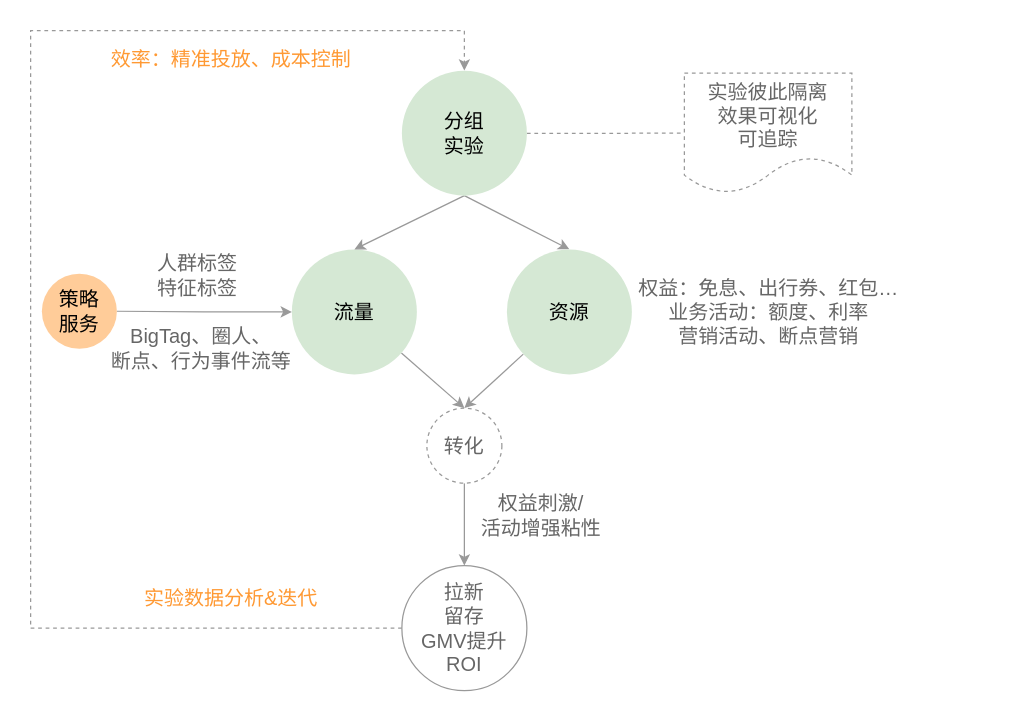
Before: page "流量决策中心" (7 of 7) of new.drawio in githubzhouwen/hello-world, a draw.io diagram. Source tidied: cells renumbered, new cells numbered last; positions are measured from the earlier drawing's top-left corner, leaving out a move shared by most shapes. Both pictures are drawn from the tidied source at 125%, with x=0, y=0 at pixel (30, 30).
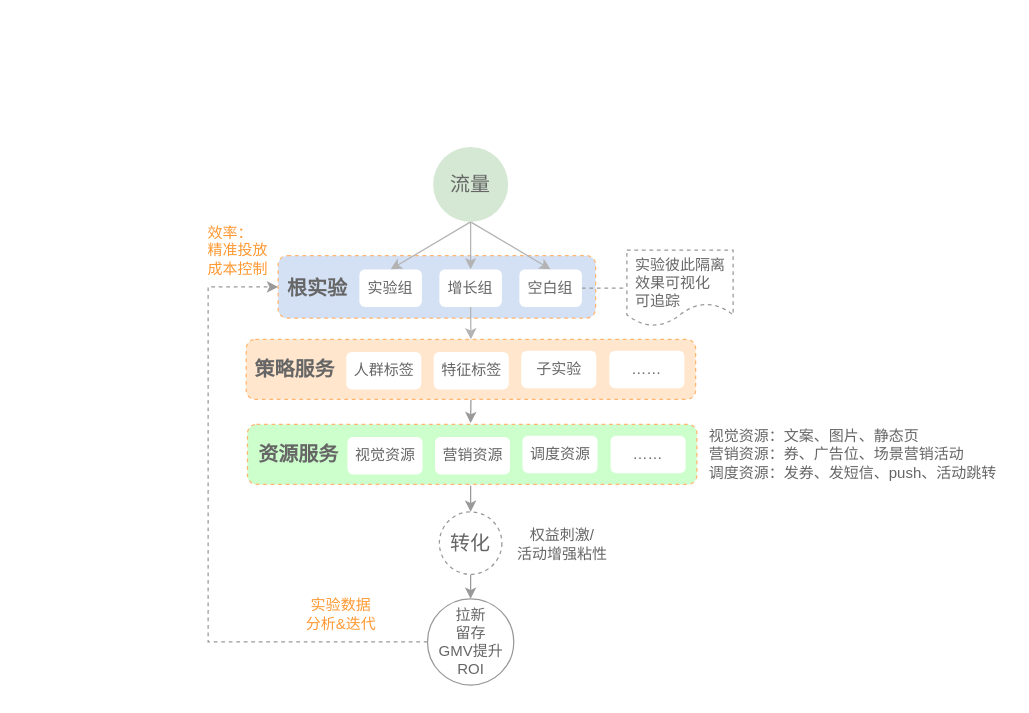
The same page after the edit.

Unchanged cells that the change refers to:
```xml
<mxCell id="4" style="edgeStyle=none;rounded=0;jettySize=auto;html=1;labelBackgroundColor=none;fontSize=16;entryX=0.5;entryY=0;entryDx=0;entryDy=0;strokeColor=#999999;fontColor=#666666;" parent="1" edge="1" source="6" target="12">
  <mxGeometry relative="1" as="geometry" />
</mxCell>
```

The edit, as a diff of the source:
```diff
@@
+    <mxCell id="23" style="whiteSpace=wrap;html=1;rounded=1;dashed=1;strokeColor=#FFB570;align=left;fontColor=#666666;fillColor=#D4E1F5;" parent="1" vertex="1">
+      <mxGeometry x="198" y="180" width="254" height="50" as="geometry" />
+    </mxCell>
-    <mxCell id="2" style="edgeStyle=none;rounded=0;jettySize=auto;html=1;labelBackgroundColor=none;fontSize=16;strokeColor=#999999;entryX=0.5;entryY=0;entryDx=0;entryDy=0;fontColor=#666666;" parent="1" edge="1" source="3" target="6">
+    <mxCell id="2" style="rounded=0;jettySize=auto;html=1;labelBackgroundColor=none;fontSize=16;strokeColor=#B3B3B3;entryX=0.5;entryY=0;entryDx=0;entryDy=0;fontColor=#CCCCCC;exitX=0.5;exitY=1;exitDx=0;exitDy=0;" parent="1" edge="1" source="3" target="27">
       <mxGeometry relative="1" as="geometry" />
     </mxCell>
+    <mxCell id="24" style="edgeStyle=orthogonalEdgeStyle;rounded=0;jettySize=auto;html=1;strokeColor=#B3B3B3;entryX=0.5;entryY=0;entryDx=0;entryDy=0;fontColor=#CCCCCC;" parent="1" edge="1" source="3" target="28">
+      <mxGeometry relative="1" as="geometry" />
+    </mxCell>
+    <mxCell id="25" style="rounded=0;jettySize=auto;html=1;entryX=0.5;entryY=0;entryDx=0;entryDy=0;exitX=0.5;exitY=1;exitDx=0;exitDy=0;strokeColor=#B3B3B3;fontColor=#CCCCCC;" parent="1" edge="1" source="3" target="29">
+      <mxGeometry relative="1" as="geometry" />
+    </mxCell>
-    <mxCell id="3" value="流量" style="ellipse;whiteSpace=wrap;html=1;fontSize=16;fillColor=#d5e8d4;strokeColor=none;" parent="1" vertex="1">
-      <mxGeometry x="209" y="175" width="100" height="100" as="geometry" />
+    <mxCell id="3" value="流量" style="ellipse;whiteSpace=wrap;html=1;fontSize=16;fillColor=#d5e8d4;strokeColor=none;fontColor=#666666;" parent="1" vertex="1">
+      <mxGeometry x="322" y="93" width="60" height="60" as="geometry" />
     </mxCell>
@@
-    <mxCell id="5" value="权益刺激/&lt;br&gt;活动增强粘性" style="edgeLabel;html=1;align=center;verticalAlign=middle;fontSize=16;labelBackgroundColor=none;fontColor=#666666;" parent="4" vertex="1">
+    <mxCell id="5" value="权益刺激/&lt;br style=&quot;font-size: 12px;&quot;&gt;活动增强粘性" style="edgeLabel;html=1;align=center;verticalAlign=middle;fontSize=12;labelBackgroundColor=none;fontColor=#666666;" parent="4" vertex="1">
       <mxGeometry x="-0.17" y="3" relative="1" as="geometry">
-        <mxPoint x="57" y="-2" as="offset" />
+        <mxPoint x="69" y="-33" as="offset" />
       </mxGeometry>
     </mxCell>
     <mxCell id="6" value="转化" style="ellipse;whiteSpace=wrap;html=1;fontSize=16;strokeColor=#999999;dashed=1;fontColor=#666666;" parent="1" vertex="1">
-      <mxGeometry x="317" y="302" width="60" height="60" as="geometry" />
+      <mxGeometry x="327" y="385" width="50" height="50" as="geometry" />
     </mxCell>
-    <mxCell id="7" style="edgeStyle=none;rounded=0;jettySize=auto;html=1;labelBackgroundColor=none;fontSize=16;strokeColor=#999999;endArrow=none;endFill=0;dashed=1;fontColor=#666666;" parent="1" edge="1" source="10" target="13">
+    <mxCell id="7" style="edgeStyle=none;rounded=0;jettySize=auto;html=1;labelBackgroundColor=none;fontSize=16;strokeColor=#999999;endArrow=none;endFill=0;dashed=1;fontColor=#666666;exitX=1;exitY=0.5;exitDx=0;exitDy=0;" parent="1" edge="1" source="29" target="13">
       <mxGeometry relative="1" as="geometry" />
     </mxCell>
-    <mxCell id="8" style="rounded=0;jettySize=auto;html=1;labelBackgroundColor=none;fontSize=16;strokeColor=#999999;exitX=0.5;exitY=1;exitDx=0;exitDy=0;entryX=0.5;entryY=0;entryDx=0;entryDy=0;fontColor=#666666;" parent="1" edge="1" source="10" target="16">
-      <mxGeometry relative="1" as="geometry" />
-    </mxCell>
-    <mxCell id="9" style="rounded=0;jettySize=auto;html=1;labelBackgroundColor=none;fontSize=16;strokeColor=#999999;exitX=0.5;exitY=1;exitDx=0;exitDy=0;entryX=0.5;entryY=0;entryDx=0;entryDy=0;fontColor=#666666;" parent="1" edge="1" source="10" target="3">
-      <mxGeometry relative="1" as="geometry" />
-    </mxCell>
-    <mxCell id="10" value="分组&lt;br&gt;实验" style="ellipse;whiteSpace=wrap;html=1;fontSize=16;fillColor=#d5e8d4;strokeColor=none;" parent="1" vertex="1">
-      <mxGeometry x="297" y="32" width="100" height="100" as="geometry" />
-    </mxCell>
-    <mxCell id="11" style="edgeStyle=orthogonalEdgeStyle;rounded=0;jettySize=auto;html=1;labelBackgroundColor=none;fontSize=16;entryX=0.5;entryY=0;entryDx=0;entryDy=0;exitX=0;exitY=0.5;exitDx=0;exitDy=0;strokeColor=#999999;fontColor=#666666;dashed=1;" parent="1" edge="1" source="12" target="10">
+    <mxCell id="11" style="edgeStyle=orthogonalEdgeStyle;rounded=0;jettySize=auto;html=1;labelBackgroundColor=none;fontSize=16;exitX=0;exitY=0.5;exitDx=0;exitDy=0;strokeColor=#999999;fontColor=#666666;dashed=1;entryX=0;entryY=0.5;entryDx=0;entryDy=0;" parent="1" edge="1" source="12" target="23">
       <mxGeometry relative="1" as="geometry">
         <Array as="points">
-          <mxPoint y="478" />
-          <mxPoint />
-          <mxPoint x="347" />
+          <mxPoint x="142" y="489" />
+          <mxPoint x="142" y="205" />
         </Array>
       </mxGeometry>
     </mxCell>
-    <mxCell id="12" value="拉新&lt;br&gt;留存&lt;br&gt;GMV提升&lt;br&gt;ROI" style="ellipse;whiteSpace=wrap;html=1;fontSize=16;strokeColor=#999999;fontColor=#666666;" parent="1" vertex="1">
-      <mxGeometry x="297" y="428" width="100" height="100" as="geometry" />
+    <mxCell id="12" value="拉新&lt;br style=&quot;font-size: 12px;&quot;&gt;留存&lt;br style=&quot;font-size: 12px;&quot;&gt;GMV提升&lt;br style=&quot;font-size: 12px;&quot;&gt;ROI" style="ellipse;whiteSpace=wrap;html=1;fontSize=12;strokeColor=#999999;fontColor=#666666;" parent="1" vertex="1">
+      <mxGeometry x="317.5" y="454.5" width="69" height="69" as="geometry" />
     </mxCell>
-    <mxCell id="13" value="实验彼此隔离&lt;br&gt;效果可视化&lt;br&gt;可追踪" style="shape=document;whiteSpace=wrap;html=1;boundedLbl=1;fontSize=16;strokeColor=#999999;dashed=1;fontColor=#666666;" parent="1" vertex="1">
-      <mxGeometry x="523" y="34" width="134" height="96" as="geometry" />
+    <mxCell id="13" value="实验彼此隔离&lt;br style=&quot;font-size: 12px;&quot;&gt;效果可视化&lt;br style=&quot;font-size: 12px;&quot;&gt;可追踪" style="shape=document;whiteSpace=wrap;html=1;boundedLbl=1;fontSize=12;strokeColor=#999999;dashed=1;fontColor=#666666;align=left;spacingTop=10;spacingLeft=5;fillColor=none;" parent="1" vertex="1">
+      <mxGeometry x="477" y="175.5" width="85" height="61" as="geometry" />
     </mxCell>
-    <mxCell id="14" value="效率：精准投放、成本控制" style="text;html=1;align=center;verticalAlign=middle;strokeColor=none;fontSize=16;fontColor=#FF9933;" parent="1" vertex="1">
-      <mxGeometry x="58.5" y="11" width="202" height="23" as="geometry" />
+    <mxCell id="14" value="效率：&lt;br style=&quot;font-size: 12px;&quot;&gt;精准投放&lt;br style=&quot;font-size: 12px;&quot;&gt;成本控制" style="text;html=1;align=left;verticalAlign=middle;strokeColor=none;fontSize=12;fontColor=#FF9933;" parent="1" vertex="1">
+      <mxGeometry x="140" y="153" width="58" height="46" as="geometry" />
     </mxCell>
-    <mxCell id="15" style="edgeStyle=none;rounded=0;jettySize=auto;html=1;labelBackgroundColor=none;fontSize=16;strokeColor=#999999;entryX=0.5;entryY=0;entryDx=0;entryDy=0;fontColor=#666666;" parent="1" edge="1" source="16" target="6">
-      <mxGeometry relative="1" as="geometry" />
+    <mxCell id="15" style="edgeStyle=none;rounded=0;jettySize=auto;html=1;labelBackgroundColor=none;fontSize=16;strokeColor=#999999;entryX=0.5;entryY=0;entryDx=0;entryDy=0;fontColor=#666666;" parent="1" edge="1" target="6">
+      <mxGeometry relative="1" as="geometry">
+        <mxPoint x="352" y="364" as="sourcePoint" />
+      </mxGeometry>
     </mxCell>
-    <mxCell id="16" value="资源" style="ellipse;whiteSpace=wrap;html=1;fontSize=16;fillColor=#d5e8d4;strokeColor=none;" parent="1" vertex="1">
-      <mxGeometry x="381" y="175" width="100" height="100" as="geometry" />
-    </mxCell>
-    <mxCell id="17" value="权益：免息、出行券、红包…&lt;br&gt;业务活动：额度、利率&lt;br&gt;营销活动、断点营销" style="text;html=1;align=center;verticalAlign=middle;strokeColor=none;fontSize=16;fontColor=#666666;" parent="1" vertex="1">
-      <mxGeometry x="481" y="194.5" width="218" height="61" as="geometry" />
-    </mxCell>
-    <mxCell id="18" value="人群标签&lt;br&gt;特征标签" style="text;html=1;align=center;verticalAlign=middle;strokeColor=none;fontSize=16;fontColor=#666666;" parent="1" vertex="1">
-      <mxGeometry x="96" y="175" width="74" height="42" as="geometry" />
-    </mxCell>
-    <mxCell id="19" value="实验&lt;font&gt;数据&lt;/font&gt;分析&amp;amp;迭代" style="text;html=1;align=center;verticalAlign=middle;strokeColor=none;fontSize=16;fontColor=#FF9933;" parent="1" vertex="1">
-      <mxGeometry x="85" y="442" width="149" height="23" as="geometry" />
+    <mxCell id="19" value="实验&lt;font style=&quot;font-size: 12px;&quot;&gt;数据&lt;br style=&quot;font-size: 12px;&quot;&gt;&lt;/font&gt;分析&amp;amp;迭代" style="text;html=1;align=center;verticalAlign=middle;strokeColor=none;fontSize=12;fontColor=#FF9933;" parent="1" vertex="1">
+      <mxGeometry x="215" y="450.5" width="66" height="32" as="geometry" />
     </mxCell>
-    <mxCell id="20" style="edgeStyle=orthogonalEdgeStyle;rounded=0;jettySize=auto;html=1;labelBackgroundColor=none;fontSize=16;fontColor=#FF9933;endArrow=none;endFill=0;strokeColor=#999999;startArrow=classic;startFill=1;exitX=0;exitY=0.5;exitDx=0;exitDy=0;entryX=1;entryY=0.5;entryDx=0;entryDy=0;" parent="1" edge="1" source="3" target="21">
-      <mxGeometry relative="1" as="geometry" />
+    <mxCell id="20" style="edgeStyle=orthogonalEdgeStyle;rounded=0;jettySize=auto;html=1;labelBackgroundColor=none;fontSize=16;fontColor=#FF9933;endArrow=none;endFill=0;strokeColor=#999999;startArrow=classic;startFill=1;entryX=0.5;entryY=1;entryDx=0;entryDy=0;" parent="1" edge="1" target="33">
+      <mxGeometry relative="1" as="geometry">
+        <mxPoint x="352" y="314" as="sourcePoint" />
+      </mxGeometry>
     </mxCell>
-    <mxCell id="21" value="策略&lt;br&gt;服务" style="ellipse;whiteSpace=wrap;html=1;fontSize=16;dashed=1;fillColor=#ffcc99;strokeColor=none;" parent="1" vertex="1">
-      <mxGeometry x="9" y="194.5" width="60" height="60" as="geometry" />
-    </mxCell>
-    <mxCell id="22" value="&lt;span style=&quot;text-align: left&quot;&gt;BigTag、圈人、&lt;br&gt;断点、行为事件流等&lt;/span&gt;" style="text;html=1;align=center;verticalAlign=middle;strokeColor=none;fontSize=16;fontColor=#666666;" parent="1" vertex="1">
-      <mxGeometry x="58.5" y="233" width="154" height="42" as="geometry" />
-    </mxCell>
+    <mxCell id="26" style="edgeStyle=orthogonalEdgeStyle;curved=1;rounded=0;jettySize=auto;html=1;strokeColor=#B3B3B3;exitX=0.5;exitY=1;exitDx=0;exitDy=0;endArrow=classic;endFill=1;entryX=0.5;entryY=0;entryDx=0;entryDy=0;" parent="1" edge="1" source="28" target="33">
+      <mxGeometry relative="1" as="geometry" />
+    </mxCell>
+    <mxCell id="27" value="实验组" style="whiteSpace=wrap;html=1;rounded=1;dashed=1;strokeColor=none;align=center;fontColor=#666666;" parent="1" vertex="1">
+      <mxGeometry x="263" y="191" width="50" height="30" as="geometry" />
+    </mxCell>
+    <mxCell id="28" value="增长组" style="whiteSpace=wrap;html=1;rounded=1;dashed=1;strokeColor=none;align=center;fontColor=#666666;" parent="1" vertex="1">
+      <mxGeometry x="327" y="191" width="50" height="30" as="geometry" />
+    </mxCell>
+    <mxCell id="29" value="空白组" style="whiteSpace=wrap;html=1;rounded=1;dashed=1;strokeColor=none;align=center;fontColor=#666666;" parent="1" vertex="1">
+      <mxGeometry x="391" y="191" width="50" height="30" as="geometry" />
+    </mxCell>
+    <mxCell id="30" value="根实验" style="text;html=1;align=center;verticalAlign=middle;strokeColor=none;fillColor=none;fontSize=16;fontColor=#666666;fontStyle=1;" parent="1" vertex="1">
+      <mxGeometry x="200" y="194.5" width="58" height="23" as="geometry" />
+    </mxCell>
+    <mxCell id="31" style="group;" parent="1" vertex="1">
+      <mxGeometry x="172.5" y="247" width="359.5" height="48" as="geometry" />
+    </mxCell>
+    <mxCell id="32" style="group;fillColor=default;" parent="31" vertex="1">
+      <mxGeometry width="355" height="48" as="geometry" />
+    </mxCell>
+    <mxCell id="33" style="whiteSpace=wrap;html=1;rounded=1;dashed=1;strokeColor=#FFB570;align=left;fontColor=#666666;fillColor=#FFE6CC;" parent="31" vertex="1">
+      <mxGeometry width="359.5" height="48" as="geometry" />
+    </mxCell>
+    <mxCell id="34" value="人群标签" style="whiteSpace=wrap;html=1;rounded=1;dashed=1;strokeColor=none;align=center;fontColor=#666666;" parent="31" vertex="1">
+      <mxGeometry x="80" y="10" width="60" height="30" as="geometry" />
+    </mxCell>
+    <mxCell id="35" value="策略服务" style="text;html=1;align=center;verticalAlign=middle;strokeColor=none;fillColor=none;fontSize=16;fontColor=#666666;fontStyle=1;" parent="31" vertex="1">
+      <mxGeometry x="1" y="12.5" width="74" height="23" as="geometry" />
+    </mxCell>
+    <mxCell id="36" value="特征标签" style="whiteSpace=wrap;html=1;rounded=1;dashed=1;strokeColor=none;align=center;fontColor=#666666;" parent="31" vertex="1">
+      <mxGeometry x="150" y="10" width="60" height="30" as="geometry" />
+    </mxCell>
+    <mxCell id="37" value="子实验" style="whiteSpace=wrap;html=1;rounded=1;dashed=1;strokeColor=none;align=center;fontColor=#666666;" parent="31" vertex="1">
+      <mxGeometry x="220" y="9" width="60" height="30" as="geometry" />
+    </mxCell>
+    <mxCell id="38" value="……" style="whiteSpace=wrap;html=1;rounded=1;dashed=1;strokeColor=none;align=center;fontColor=#666666;" parent="31" vertex="1">
+      <mxGeometry x="290.5" y="9" width="60" height="30" as="geometry" />
+    </mxCell>
+    <mxCell id="39" style="group;fillColor=default;" parent="1" vertex="1">
+      <mxGeometry x="173.5" y="315" width="355" height="48" as="geometry" />
+    </mxCell>
+    <mxCell id="40" style="whiteSpace=wrap;html=1;rounded=1;dashed=1;strokeColor=#FFB570;align=left;fontColor=#666666;fillColor=#CCFFCC;" parent="1" vertex="1">
+      <mxGeometry x="173.5" y="315" width="359.5" height="48" as="geometry" />
+    </mxCell>
+    <mxCell id="41" value="视觉资源" style="whiteSpace=wrap;html=1;rounded=1;dashed=1;strokeColor=none;align=center;fontColor=#666666;" parent="1" vertex="1">
+      <mxGeometry x="253.5" y="325" width="60" height="30" as="geometry" />
+    </mxCell>
+    <mxCell id="42" value="资源服务" style="text;html=1;align=center;verticalAlign=middle;strokeColor=none;fillColor=none;fontSize=16;fontColor=#666666;fontStyle=1;" parent="1" vertex="1">
+      <mxGeometry x="176.5" y="327.5" width="74" height="23" as="geometry" />
+    </mxCell>
+    <mxCell id="43" value="营销资源" style="whiteSpace=wrap;html=1;rounded=1;dashed=1;strokeColor=none;align=center;fontColor=#666666;" parent="1" vertex="1">
+      <mxGeometry x="323.5" y="325" width="60" height="30" as="geometry" />
+    </mxCell>
+    <mxCell id="44" value="调度资源" style="whiteSpace=wrap;html=1;rounded=1;dashed=1;strokeColor=none;align=center;fontColor=#666666;" parent="1" vertex="1">
+      <mxGeometry x="393.5" y="324" width="60" height="30" as="geometry" />
+    </mxCell>
+    <mxCell id="45" value="……" style="whiteSpace=wrap;html=1;rounded=1;dashed=1;strokeColor=none;align=center;fontColor=#666666;" parent="1" vertex="1">
+      <mxGeometry x="464" y="324" width="60" height="30" as="geometry" />
+    </mxCell>
+    <mxCell id="46" value="视觉资源：文案、图片、静态页&lt;br style=&quot;font-size: 12px&quot;&gt;营销资源：券、广告位、场景营销活动&lt;br style=&quot;font-size: 12px&quot;&gt;调度资源：发券、发短信、push、活动跳转" style="text;html=1;align=left;verticalAlign=middle;strokeColor=none;fillColor=none;fontSize=12;fontColor=#666666;" parent="1" vertex="1">
+      <mxGeometry x="541" y="316" width="240" height="46" as="geometry" />
+    </mxCell>
```
